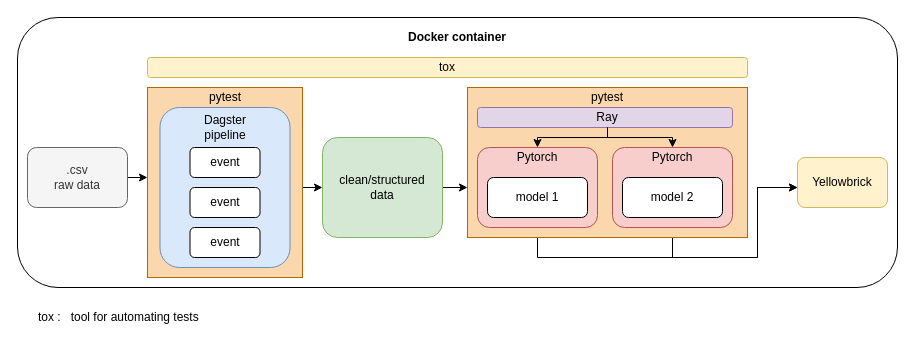
Before: dagraytorcker.drawio in stephabauva/ML_with_DAGs, a draw.io diagram. Source tidied: cells renumbered, new cells numbered last; positions are measured from the earlier drawing's top-left corner, leaving out a move shared by most shapes. Both pictures are drawn from the tidied source at 100%, with x=0, y=0 at pixel (17, 17).
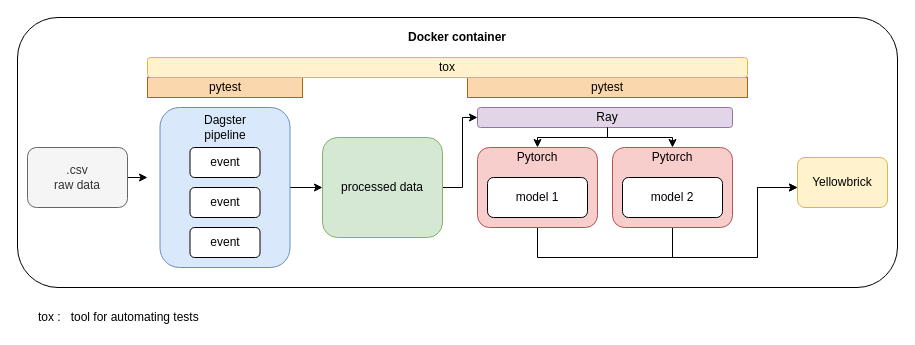
Above is the later version.

The change refers to these unchanged cells:
```xml
<mxCell id="20" style="rounded=1;whiteSpace=wrap;html=1;fillColor=#e1d5e7;strokeColor=#9673a6;" parent="1" vertex="1">
  <mxGeometry x="460" y="90" width="255" height="20" as="geometry" />
</mxCell>
```

The edit, as a diff of the source:
```diff
@@
-    <mxCell id="6" style="edgeStyle=orthogonalEdgeStyle;rounded=0;jettySize=auto;html=1;exitX=1;exitY=0.5;exitDx=0;exitDy=0;entryX=0;entryY=0.667;entryDx=0;entryDy=0;entryPerimeter=0;" parent="1" edge="1" source="7" target="19">
+    <mxCell id="6" style="edgeStyle=orthogonalEdgeStyle;rounded=0;jettySize=auto;html=1;exitX=1;exitY=0.5;exitDx=0;exitDy=0;entryX=0;entryY=0.5;entryDx=0;entryDy=0;" parent="1" edge="1" source="7" target="20">
       <mxGeometry relative="1" as="geometry" />
     </mxCell>
-    <mxCell id="7" value="clean/structured &lt;br&gt;data" style="rounded=1;whiteSpace=wrap;html=1;fillColor=#d5e8d4;strokeColor=#82b366;" parent="1" vertex="1">
+    <mxCell id="7" value="processed data" style="rounded=1;whiteSpace=wrap;html=1;fillColor=#d5e8d4;strokeColor=#82b366;" parent="1" vertex="1">
       <mxGeometry x="305" y="120" width="120" height="100" as="geometry" />
     </mxCell>
@@
     <mxCell id="12" style="rounded=1;whiteSpace=wrap;html=1;arcSize=0;fillColor=#fad7ac;strokeColor=#b46504;" parent="1" vertex="1">
-      <mxGeometry x="130" y="70" width="155" height="190" as="geometry" />
+      <mxGeometry x="130" y="60" width="155" height="20" as="geometry" />
     </mxCell>
@@
     <mxCell id="18" value="pytest" style="text;html=1;strokeColor=none;fillColor=none;align=center;verticalAlign=middle;whiteSpace=wrap;rounded=0;" parent="1" vertex="1">
-      <mxGeometry x="187.5" y="70" width="40" height="20" as="geometry" />
+      <mxGeometry x="187.5" y="60" width="40" height="20" as="geometry" />
     </mxCell>
     <mxCell id="19" style="rounded=1;whiteSpace=wrap;html=1;arcSize=0;fillColor=#fad7ac;strokeColor=#b46504;" parent="1" vertex="1">
-      <mxGeometry x="450" y="70" width="280" height="150" as="geometry" />
+      <mxGeometry x="450" y="60" width="280" height="20" as="geometry" />
     </mxCell>
@@
     <mxCell id="30" value="pytest" style="text;html=1;strokeColor=none;fillColor=none;align=center;verticalAlign=middle;whiteSpace=wrap;rounded=0;" parent="1" vertex="1">
-      <mxGeometry x="570" y="70" width="40" height="20" as="geometry" />
+      <mxGeometry x="570" y="60" width="40" height="20" as="geometry" />
     </mxCell>
```
